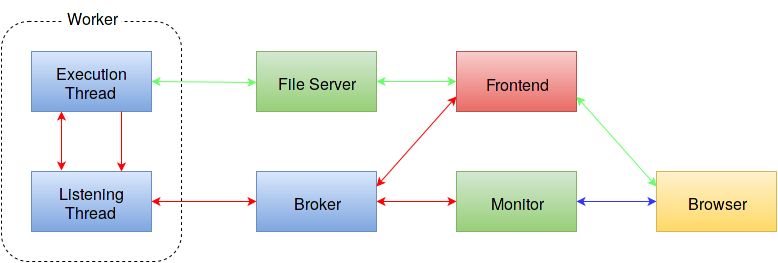
Earlier version of the draw.io export images/Backend_Connections.png (ReCodEx/wiki). Source tidied: cells renumbered, new cells last; positions are measured from the earlier drawing's top-left corner, leaving out a move shared by most shapes.
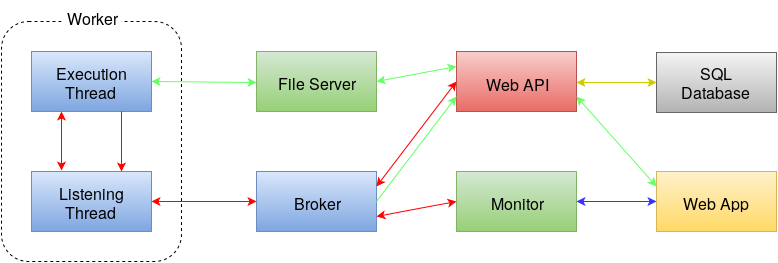
Later version of the same file.

Change to the diagram source:
```diff
@@ -35,7 +35,7 @@
     <mxCell id="12" value="Monitor" style="text;html=1;strokeColor=none;fillColor=none;align=center;verticalAlign=middle;whiteSpace=wrap;overflow=hidden;rounded=1;fontSize=16;" parent="1" vertex="1">
       <mxGeometry x="480" y="185" width="70" height="30" as="geometry" />
     </mxCell>
-    <mxCell id="13" value="Frontend" style="text;html=1;strokeColor=none;fillColor=none;align=center;verticalAlign=middle;whiteSpace=wrap;overflow=hidden;rounded=1;fontSize=16;" parent="1" vertex="1">
+    <mxCell id="13" value="Web API&lt;br&gt;" style="text;html=1;strokeColor=none;fillColor=none;align=center;verticalAlign=middle;whiteSpace=wrap;overflow=hidden;rounded=1;fontSize=16;" parent="1" vertex="1">
       <mxGeometry x="475" y="61" width="80" height="40" as="geometry" />
     </mxCell>
     <mxCell id="14" value="Listening Thread&lt;br&gt;" style="text;html=1;strokeColor=none;fillColor=none;align=center;verticalAlign=middle;whiteSpace=wrap;overflow=hidden;rounded=1;fontSize=16;" parent="1" vertex="1">
@@ -47,7 +47,7 @@
     <mxCell id="16" style="whiteSpace=wrap;html=1;rounded=1;fontSize=16;arcSize=0;plain-yellow;" parent="1" vertex="1">
       <mxGeometry x="655" y="170" width="120" height="60" as="geometry" />
     </mxCell>
-    <mxCell id="17" value="Browser" style="text;html=1;strokeColor=none;fillColor=none;align=center;verticalAlign=middle;whiteSpace=wrap;overflow=hidden;rounded=1;fontSize=16;" parent="1" vertex="1">
+    <mxCell id="17" value="Web App&lt;br&gt;" style="text;html=1;strokeColor=none;fillColor=none;align=center;verticalAlign=middle;whiteSpace=wrap;overflow=hidden;rounded=1;fontSize=16;" parent="1" vertex="1">
       <mxGeometry x="680" y="185" width="70" height="30" as="geometry" />
     </mxCell>
     <mxCell id="18" style="endArrow=classic;startArrow=classic;html=1;fontSize=16;entryX=0;entryY=0.5;exitX=1;exitY=0.5;strokeColor=#3333FF;" parent="1" edge="1" source="7" target="16">
@@ -62,13 +62,13 @@
     <mxCell id="21" style="endArrow=classic;startArrow=classic;html=1;fontSize=16;entryX=0;entryY=0.5;exitX=1;exitY=0.5;strokeColor=#66FF66;" parent="1" edge="1" source="4" target="10">
       <mxGeometry relative="1" as="geometry" />
     </mxCell>
-    <mxCell id="22" style="endArrow=classic;startArrow=classic;html=1;fontSize=16;entryX=0;entryY=0.75;exitX=1;exitY=0.25;strokeColor=#FF0000;" parent="1" edge="1" source="5" target="8">
+    <mxCell id="22" style="endArrow=classic;startArrow=classic;html=1;fontSize=16;entryX=0;entryY=0.5;exitX=1;exitY=0.25;strokeColor=#FF0000;" parent="1" edge="1" source="5" target="8">
       <mxGeometry relative="1" as="geometry" />
     </mxCell>
-    <mxCell id="23" style="endArrow=classic;startArrow=classic;html=1;fontSize=16;entryX=0;entryY=0.5;exitX=1;exitY=0.5;strokeColor=#FF0000;" parent="1" edge="1" source="5" target="7">
+    <mxCell id="23" style="endArrow=classic;startArrow=classic;html=1;fontSize=16;entryX=0;entryY=0.5;exitX=1;exitY=0.75;strokeColor=#FF0000;" parent="1" edge="1" source="5" target="7">
       <mxGeometry relative="1" as="geometry" />
     </mxCell>
-    <mxCell id="24" style="endArrow=classic;startArrow=classic;html=1;fontSize=16;entryX=0;entryY=0.5;strokeColor=#66FF66;" parent="1" edge="1" target="8">
+    <mxCell id="24" style="endArrow=classic;startArrow=classic;html=1;fontSize=16;entryX=0;entryY=0.25;strokeColor=#66FF66;" parent="1" edge="1" target="8">
       <mxGeometry relative="1" as="geometry">
         <mxPoint x="375" y="80" as="sourcePoint" />
       </mxGeometry>
@@ -79,5 +79,19 @@
     <mxCell id="26" style="endArrow=classic;startArrow=classic;html=1;fontSize=16;exitX=0.125;exitY=-0.01;exitPerimeter=0;entryX=0.25;entryY=1;strokeColor=#FF0000;" parent="1" edge="1" source="14" target="4">
       <mxGeometry relative="1" as="geometry" />
     </mxCell>
+    <mxCell id="27" style="whiteSpace=wrap;html=1;plain-gray;" parent="1" vertex="1">
+      <mxGeometry x="655" y="51" width="120" height="60" as="geometry" />
+    </mxCell>
+    <mxCell id="28" value="&lt;font style=&quot;font-size: 16px&quot;&gt;SQL Database&lt;/font&gt;&lt;br&gt;" style="text;html=1;strokeColor=none;fillColor=none;align=center;verticalAlign=middle;whiteSpace=wrap;overflow=hidden;" parent="1" vertex="1">
+      <mxGeometry x="675" y="60" width="80" height="40" as="geometry" />
+    </mxCell>
+    <mxCell id="29" style="endArrow=classic;startArrow=classic;html=1;entryX=0;entryY=0.5;strokeColor=#CCCC00;" parent="1" edge="1" target="27">
+      <mxGeometry relative="1" as="geometry">
+        <mxPoint x="575" y="81" as="sourcePoint" />
+      </mxGeometry>
+    </mxCell>
+    <mxCell id="30" style="endArrow=classic;html=1;strokeColor=#66FF66;entryX=0;entryY=0.75;exitX=1;exitY=0.5;" parent="1" edge="1" source="5" target="8">
+      <mxGeometry relative="1" as="geometry" />
+    </mxCell>
   </root>
 </mxGraphModel>
```
